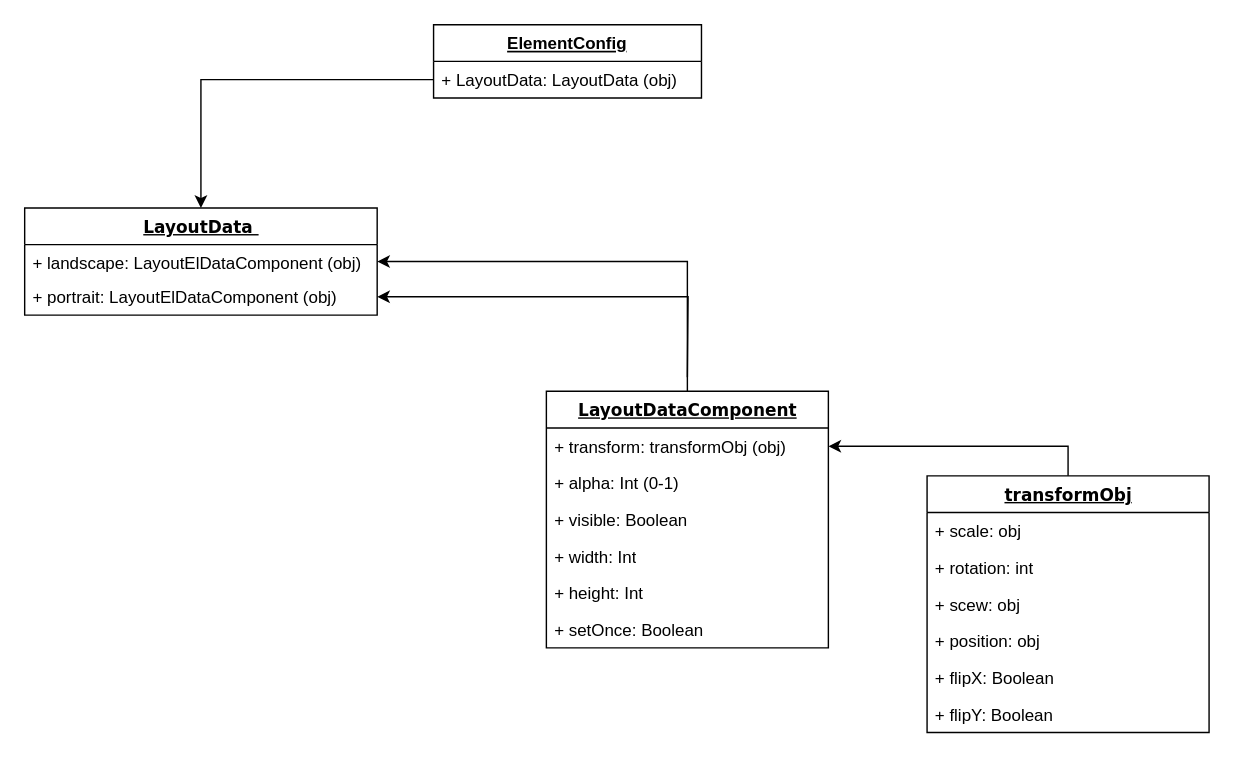
Earlier version of the draw.io diagram Transform data save format.drawio (MatthewKarpenko/LayoutEditor-diagrams). Source tidied: cells renumbered, new cells numbered last; positions are measured from the earlier drawing's top-left corner, leaving out a move shared by most shapes. Both pictures are drawn from the tidied source at 141%, with x=0, y=0 at pixel (24, 24).
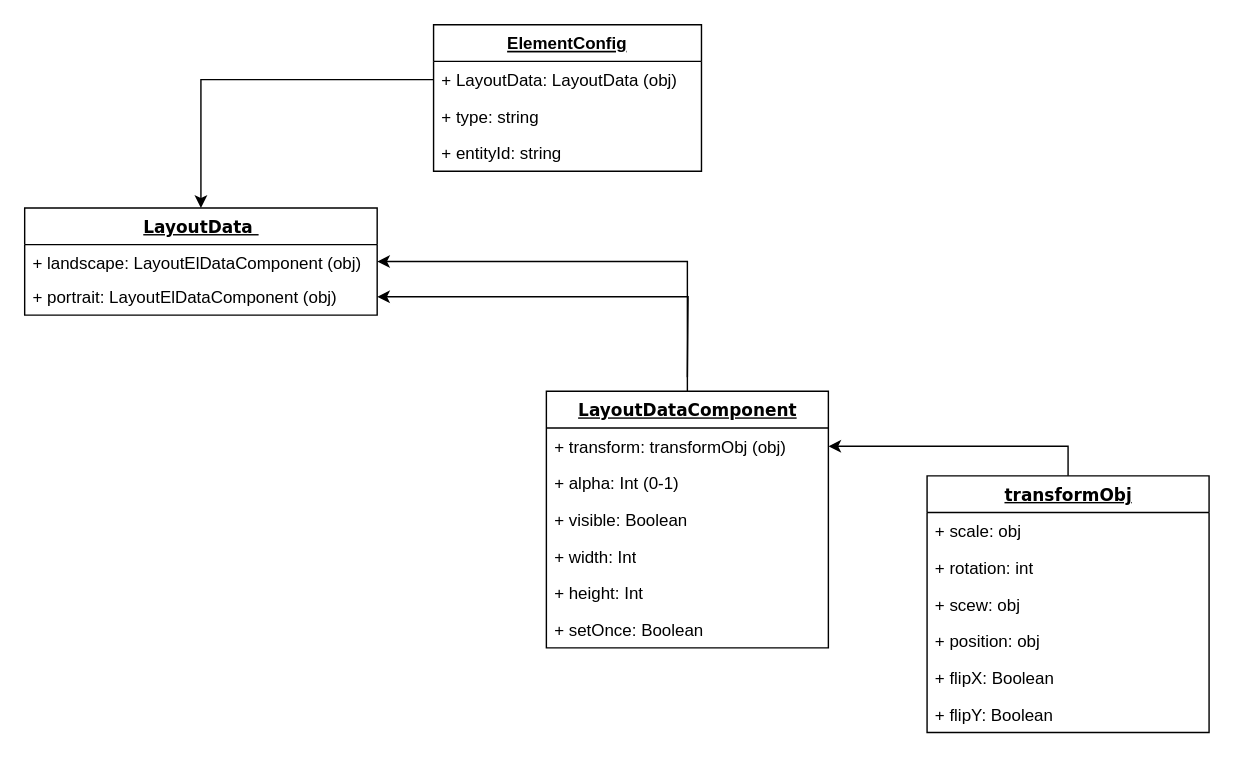
After the change.

Commit message (it also covers changes not shown here):
save format diagram

The edit, as a diff of the source:
```diff
@@
     <mxCell id="22" value="ElementConfig" style="swimlane;fontStyle=5;horizontal=1;startSize=26;fillColor=none;" parent="1" vertex="1">
-      <mxGeometry x="290" width="190" height="52" as="geometry" />
+      <mxGeometry x="290" width="190" height="104" as="geometry" />
     </mxCell>
@@
+    <mxCell id="25" value="+ type: string" style="text;strokeColor=none;fillColor=none;align=left;verticalAlign=top;spacingLeft=4;spacingRight=4;overflow=hidden;" parent="22" vertex="1">
+      <mxGeometry y="52" width="190" height="26" as="geometry" />
+    </mxCell>
+    <mxCell id="26" value="+ entityId: string" style="text;strokeColor=none;fillColor=none;align=left;verticalAlign=top;spacingLeft=4;spacingRight=4;overflow=hidden;" parent="22" vertex="1">
+      <mxGeometry y="78" width="190" height="26" as="geometry" />
+    </mxCell>
```
